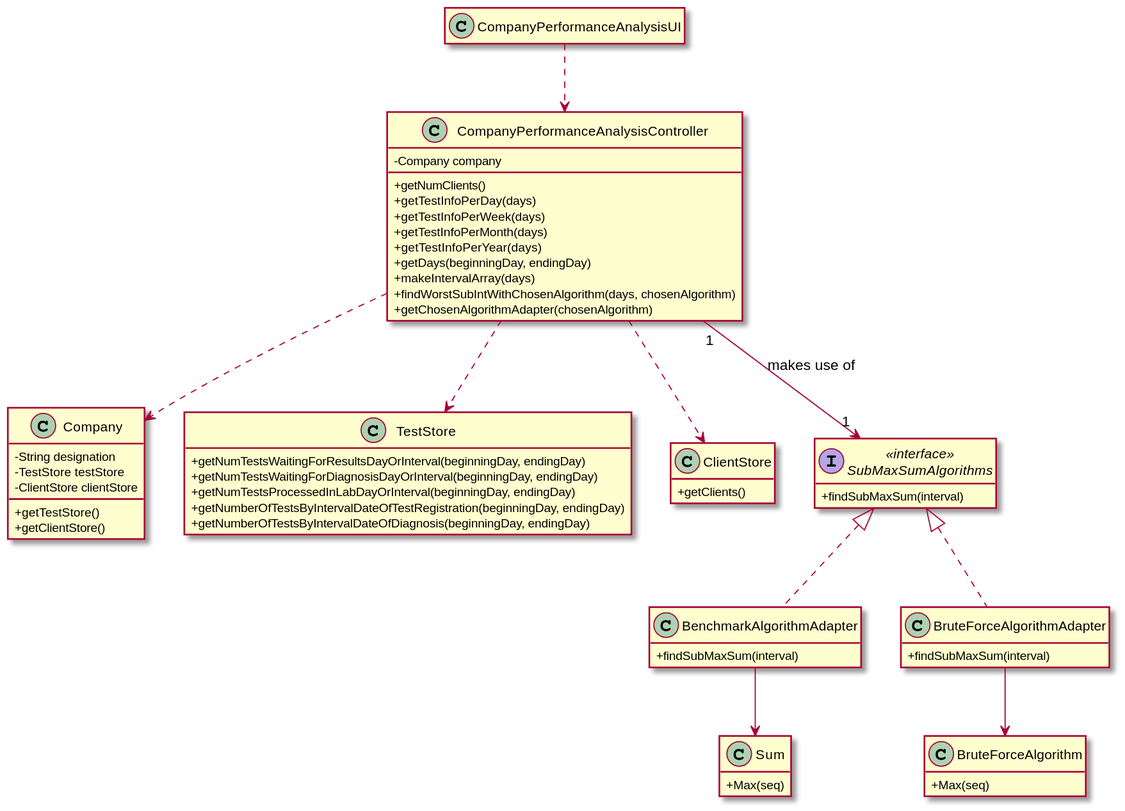
Above: docs/SprintD/US_16/US016_CD.svg in ana-albergaria/LAPR2-ISEP (PlantUML), before the change.
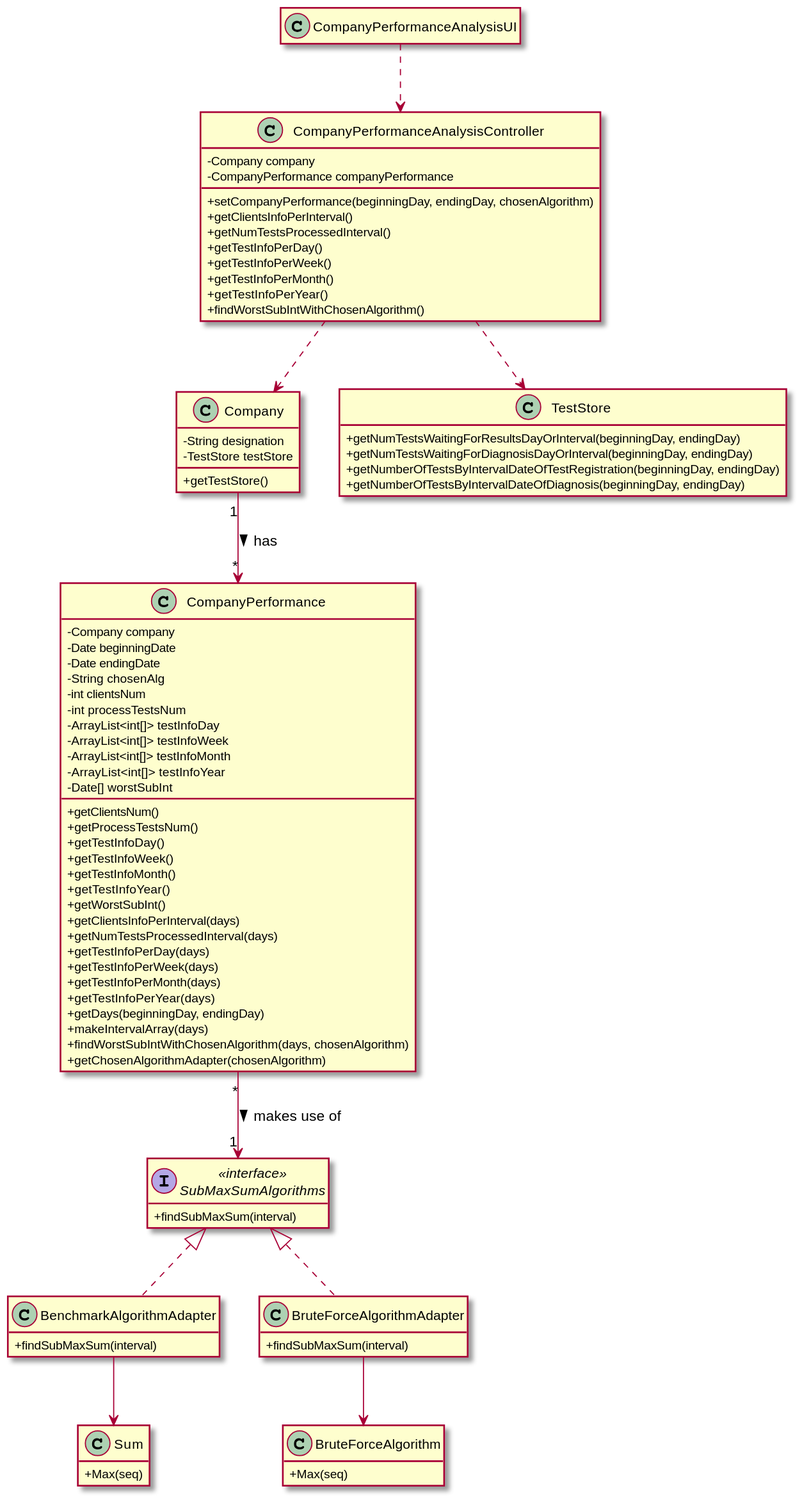
After the commit.

Change to the diagram source:
```diff
@@ -4,68 +4,92 @@
 skinparam classAttributeIconSize 0
 
 class Company {
-    -String designation
-    -TestStore testStore
-    -ClientStore clientStore
-    +getTestStore()
-    +getClientStore()
+    - String designation
+    - TestStore testStore
+    + getTestStore()
 }
 
 class TestStore {
-    +getNumTestsWaitingForResultsDayOrInterval(beginningDay, endingDay)
-    +getNumTestsWaitingForDiagnosisDayOrInterval(beginningDay, endingDay)
-    +getNumTestsProcessedInLabDayOrInterval(beginningDay, endingDay)
-    +getNumberOfTestsByIntervalDateOfTestRegistration(beginningDay, endingDay)
-    +getNumberOfTestsByIntervalDateOfDiagnosis(beginningDay, endingDay)
-}
-
-class ClientStore {
-    +getClients()
+    + getNumTestsWaitingForResultsDayOrInterval(beginningDay, endingDay)
+    + getNumTestsWaitingForDiagnosisDayOrInterval(beginningDay, endingDay)
+    + getNumberOfTestsByIntervalDateOfTestRegistration(beginningDay, endingDay)
+    + getNumberOfTestsByIntervalDateOfDiagnosis(beginningDay, endingDay)
 }
 
 class CompanyPerformanceAnalysisController{
-    -Company company
-    +getNumClients()
-    +getTestInfoPerDay(days)
-    +getTestInfoPerWeek(days)
-    +getTestInfoPerMonth(days)
-    +getTestInfoPerYear(days)
-    +getDays(beginningDay, endingDay)
-    +makeIntervalArray(days)
-    +findWorstSubIntWithChosenAlgorithm(days, chosenAlgorithm)
-    +getChosenAlgorithmAdapter(chosenAlgorithm)
+    - Company company
+    - CompanyPerformance companyPerformance
+    + setCompanyPerformance(beginningDay, endingDay, chosenAlgorithm)
+    + getClientsInfoPerInterval()
+    + getNumTestsProcessedInterval()
+    + getTestInfoPerDay()
+    + getTestInfoPerWeek()
+    + getTestInfoPerMonth()
+    + getTestInfoPerYear()
+    + findWorstSubIntWithChosenAlgorithm()
 }
 
 class CompanyPerformanceAnalysisUI{
 }
 
 interface SubMaxSumAlgorithms <<interface>> {
-    +findSubMaxSum(interval)
+    + findSubMaxSum(interval)
 }
 
 class BenchmarkAlgorithmAdapter{
-    +findSubMaxSum(interval)
+    + findSubMaxSum(interval)
 }
 
 class BruteForceAlgorithmAdapter{
-    +findSubMaxSum(interval)
+    + findSubMaxSum(interval)
 }
 
 class Sum{
-    +Max(seq)
+    + Max(seq)
 }
 
 class BruteForceAlgorithm{
-    +Max(seq)
+    + Max(seq)
+}
+
+class CompanyPerformance{
+    - Company company
+    - Date beginningDate
+    - Date endingDate
+    - String chosenAlg
+    - int clientsNum
+    - int processTestsNum
+    - ArrayList<int[]> testInfoDay
+    - ArrayList<int[]> testInfoWeek
+    - ArrayList<int[]> testInfoMonth
+    - ArrayList<int[]> testInfoYear
+    - Date[] worstSubInt
+    + getClientsNum()
+    + getProcessTestsNum()
+    + getTestInfoDay()
+    + getTestInfoWeek()
+    + getTestInfoMonth()
+    + getTestInfoYear()
+    + getWorstSubInt()
+    + getClientsInfoPerInterval(days)
+    + getNumTestsProcessedInterval(days)
+    + getTestInfoPerDay(days)
+    + getTestInfoPerWeek(days)
+    + getTestInfoPerMonth(days)
+    + getTestInfoPerYear(days)
+    + getDays(beginningDay, endingDay)
+    + makeIntervalArray(days)
+    + findWorstSubIntWithChosenAlgorithm(days, chosenAlgorithm)
+    + getChosenAlgorithmAdapter(chosenAlgorithm)
 }
 
 CompanyPerformanceAnalysisUI ..> CompanyPerformanceAnalysisController
 CompanyPerformanceAnalysisController ..> Company
-CompanyPerformanceAnalysisController ..> ClientStore
 CompanyPerformanceAnalysisController ..> TestStore
-CompanyPerformanceAnalysisController "1" --> "1" SubMaxSumAlgorithms : makes use of
+CompanyPerformance "*" --> "1" SubMaxSumAlgorithms : makes use of >
 BenchmarkAlgorithmAdapter --> Sum
 BruteForceAlgorithmAdapter --> BruteForceAlgorithm
+Company "1" --> "*" CompanyPerformance : has >
 
 class BenchmarkAlgorithmAdapter implements SubMaxSumAlgorithms
 class BruteForceAlgorithmAdapter implements SubMaxSumAlgorithms
```
